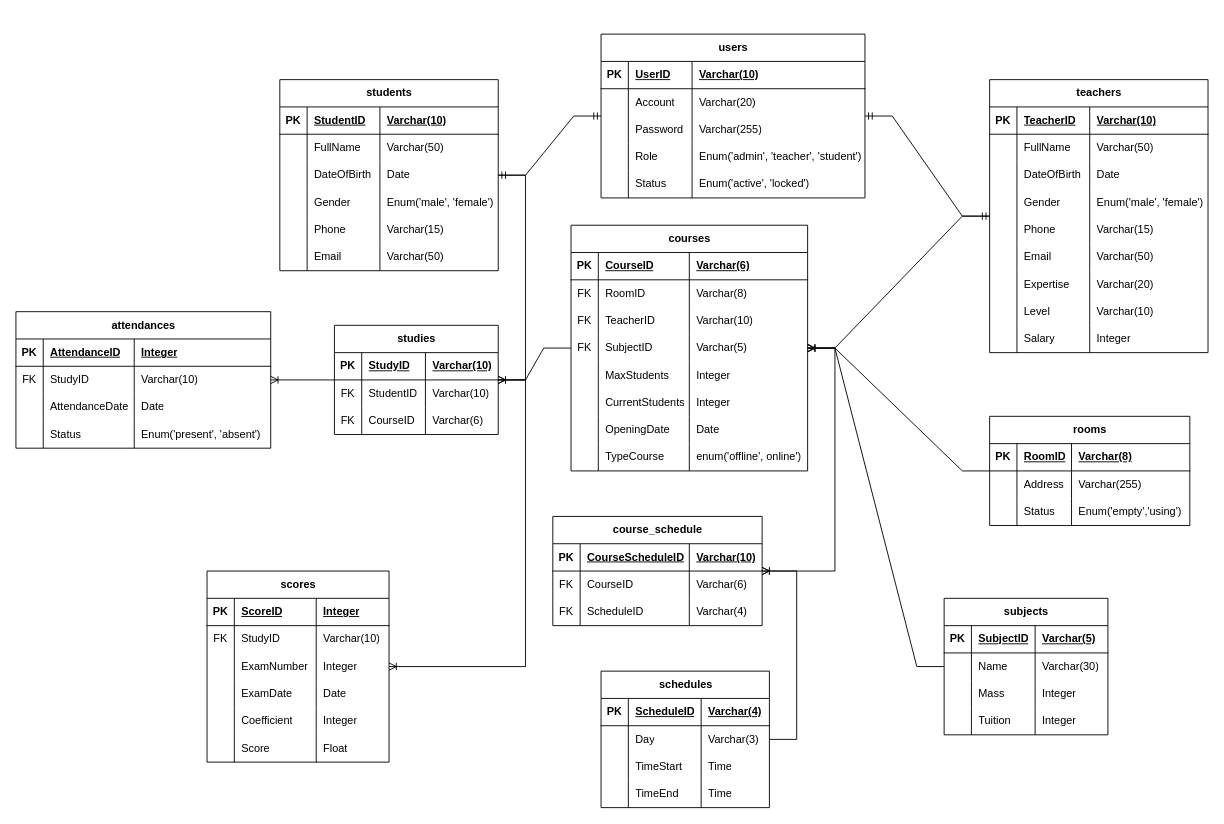
Above: page "Page-4" (4 of 4) of Describe/ERD.drawio in DatNT12052003/Project-Database-Lab (draw.io), before the change. Source tidied: cells renumbered, new cells numbered last; positions are measured from the earlier drawing's top-left corner, leaving out a move shared by most shapes. Both pictures are drawn from the tidied source at 91%, with x=0, y=0 at pixel (15, 34).
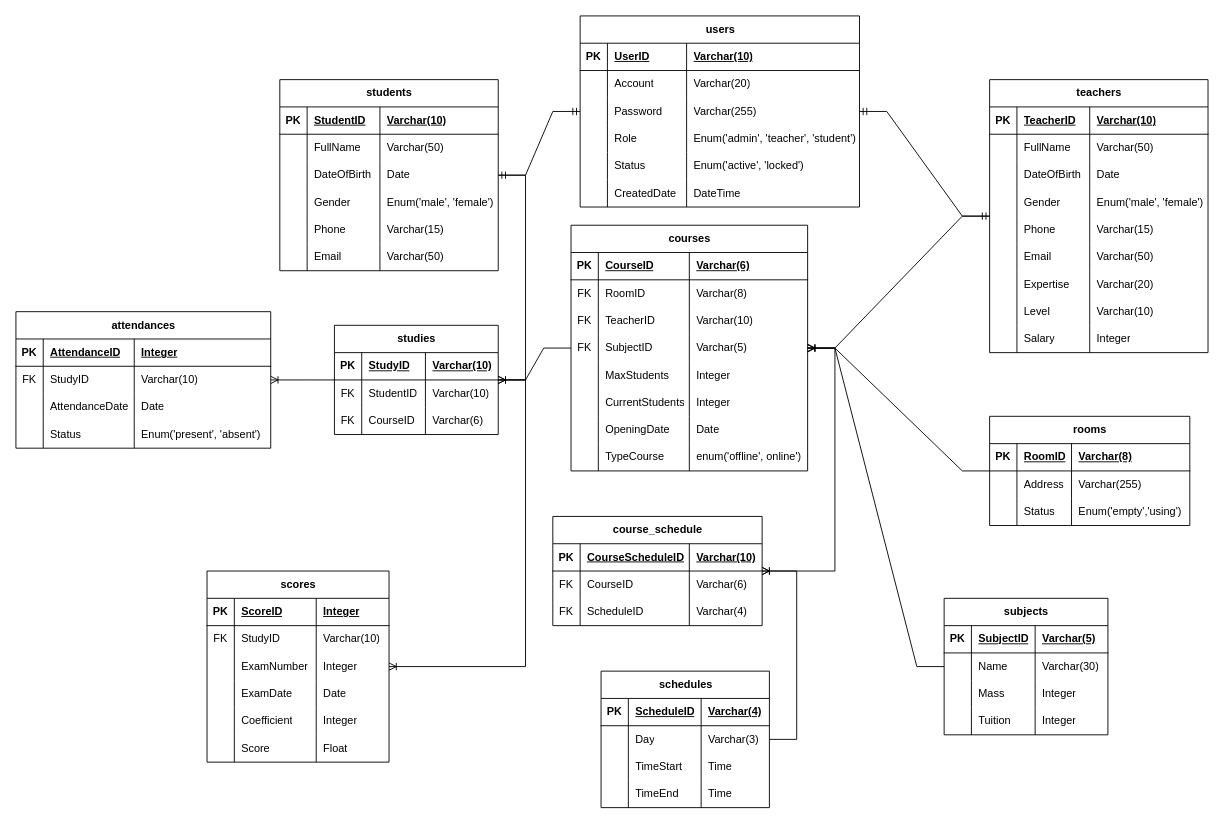
The same page after the edit.

What changed in the source:
```diff
@@
     <mxCell id="165" value="users" style="shape=table;startSize=30;childLayout=tableLayout;rowLines=0;fontStyle=1;align=center;html=1;" parent="1" vertex="1">
-      <mxGeometry x="643" width="290" height="180" as="geometry" />
+      <mxGeometry x="620" y="-20" width="307" height="210" as="geometry" />
     </mxCell>
     <mxCell id="166" style="shape=tableRow;horizontal=0;startSize=0;swimlaneHead=0;swimlaneBody=0;fillColor=none;top=0;left=0;right=0;bottom=1;" parent="165" vertex="1">
-      <mxGeometry y="30" width="290" height="30" as="geometry" />
+      <mxGeometry y="30" width="307" height="30" as="geometry" />
     </mxCell>
@@
     <mxCell id="168" value="UserID" style="shape=partialRectangle;fillColor=none;top=0;left=0;bottom=0;right=0;align=left;spacingLeft=6;fontStyle=5;overflow=hidden;whiteSpace=wrap;html=1;" parent="166" vertex="1">
-      <mxGeometry x="30" width="70" height="30" as="geometry" />
+      <mxGeometry x="30" width="87" height="30" as="geometry" />
     </mxCell>
     <mxCell id="169" value="Varchar(10)" style="shape=partialRectangle;fillColor=none;top=0;left=0;bottom=0;right=0;align=left;spacingLeft=6;fontStyle=5;overflow=hidden;whiteSpace=wrap;html=1;" parent="166" vertex="1">
-      <mxGeometry x="100" width="190" height="30" as="geometry" />
+      <mxGeometry x="117" width="190" height="30" as="geometry" />
     </mxCell>
     <mxCell id="170" style="shape=tableRow;horizontal=0;startSize=0;swimlaneHead=0;swimlaneBody=0;fillColor=none;top=0;left=0;right=0;bottom=0;" parent="165" vertex="1">
-      <mxGeometry y="60" width="290" height="30" as="geometry" />
+      <mxGeometry y="60" width="307" height="30" as="geometry" />
     </mxCell>
@@
     <mxCell id="172" value="Account" style="shape=partialRectangle;fillColor=none;top=0;left=0;bottom=0;right=0;align=left;spacingLeft=6;overflow=hidden;whiteSpace=wrap;html=1;" parent="170" vertex="1">
-      <mxGeometry x="30" width="70" height="30" as="geometry" />
+      <mxGeometry x="30" width="87" height="30" as="geometry" />
     </mxCell>
     <mxCell id="173" value="Varchar(20)" style="shape=partialRectangle;fillColor=none;top=0;left=0;bottom=0;right=0;align=left;spacingLeft=6;overflow=hidden;whiteSpace=wrap;html=1;" parent="170" vertex="1">
-      <mxGeometry x="100" width="190" height="30" as="geometry" />
+      <mxGeometry x="117" width="190" height="30" as="geometry" />
     </mxCell>
     <mxCell id="174" style="shape=tableRow;horizontal=0;startSize=0;swimlaneHead=0;swimlaneBody=0;fillColor=none;top=0;left=0;right=0;bottom=0;" parent="165" vertex="1">
-      <mxGeometry y="90" width="290" height="30" as="geometry" />
+      <mxGeometry y="90" width="307" height="30" as="geometry" />
     </mxCell>
@@
     <mxCell id="176" value="Password" style="shape=partialRectangle;fillColor=none;top=0;left=0;bottom=0;right=0;align=left;spacingLeft=6;overflow=hidden;whiteSpace=wrap;html=1;" parent="174" vertex="1">
-      <mxGeometry x="30" width="70" height="30" as="geometry" />
+      <mxGeometry x="30" width="87" height="30" as="geometry" />
     </mxCell>
     <mxCell id="177" value="Varchar(255)" style="shape=partialRectangle;fillColor=none;top=0;left=0;bottom=0;right=0;align=left;spacingLeft=6;overflow=hidden;whiteSpace=wrap;html=1;" parent="174" vertex="1">
-      <mxGeometry x="100" width="190" height="30" as="geometry" />
+      <mxGeometry x="117" width="190" height="30" as="geometry" />
     </mxCell>
     <mxCell id="178" style="shape=tableRow;horizontal=0;startSize=0;swimlaneHead=0;swimlaneBody=0;fillColor=none;top=0;left=0;right=0;bottom=0;" parent="165" vertex="1">
-      <mxGeometry y="120" width="290" height="30" as="geometry" />
+      <mxGeometry y="120" width="307" height="30" as="geometry" />
     </mxCell>
@@
     <mxCell id="180" value="Role" style="shape=partialRectangle;fillColor=none;top=0;left=0;bottom=0;right=0;align=left;spacingLeft=6;overflow=hidden;whiteSpace=wrap;html=1;" parent="178" vertex="1">
-      <mxGeometry x="30" width="70" height="30" as="geometry" />
+      <mxGeometry x="30" width="87" height="30" as="geometry" />
     </mxCell>
     <mxCell id="181" value="Enum('admin', 'teacher', 'student')" style="shape=partialRectangle;fillColor=none;top=0;left=0;bottom=0;right=0;align=left;spacingLeft=6;overflow=hidden;whiteSpace=wrap;html=1;" parent="178" vertex="1">
-      <mxGeometry x="100" width="190" height="30" as="geometry" />
+      <mxGeometry x="117" width="190" height="30" as="geometry" />
     </mxCell>
     <mxCell id="182" style="shape=tableRow;horizontal=0;startSize=0;swimlaneHead=0;swimlaneBody=0;fillColor=none;top=0;left=0;right=0;bottom=0;" parent="165" vertex="1">
-      <mxGeometry y="150" width="290" height="30" as="geometry" />
+      <mxGeometry y="150" width="307" height="30" as="geometry" />
     </mxCell>
@@
     <mxCell id="184" value="Status" style="shape=partialRectangle;fillColor=none;top=0;left=0;bottom=0;right=0;align=left;spacingLeft=6;overflow=hidden;whiteSpace=wrap;html=1;" parent="182" vertex="1">
-      <mxGeometry x="30" width="70" height="30" as="geometry" />
+      <mxGeometry x="30" width="87" height="30" as="geometry" />
     </mxCell>
     <mxCell id="185" value="Enum('active', 'locked')" style="shape=partialRectangle;fillColor=none;top=0;left=0;bottom=0;right=0;align=left;spacingLeft=6;overflow=hidden;whiteSpace=wrap;html=1;" parent="182" vertex="1">
-      <mxGeometry x="100" width="190" height="30" as="geometry" />
+      <mxGeometry x="117" width="190" height="30" as="geometry" />
     </mxCell>
+    <mxCell id="244" style="shape=tableRow;horizontal=0;startSize=0;swimlaneHead=0;swimlaneBody=0;fillColor=none;top=0;left=0;right=0;bottom=0;" parent="165" vertex="1">
+      <mxGeometry y="180" width="307" height="30" as="geometry" />
+    </mxCell>
+    <mxCell id="245" style="shape=partialRectangle;fillColor=none;top=0;left=0;bottom=0;right=0;overflow=hidden;whiteSpace=wrap;html=1;" parent="244" vertex="1">
+      <mxGeometry width="30" height="30" as="geometry" />
+    </mxCell>
+    <mxCell id="246" value="CreatedDate" style="shape=partialRectangle;fillColor=none;top=0;left=0;bottom=0;right=0;align=left;spacingLeft=6;overflow=hidden;whiteSpace=wrap;html=1;" parent="244" vertex="1">
+      <mxGeometry x="30" width="87" height="30" as="geometry" />
+    </mxCell>
+    <mxCell id="247" value="DateTime" style="shape=partialRectangle;fillColor=none;top=0;left=0;bottom=0;right=0;align=left;spacingLeft=6;overflow=hidden;whiteSpace=wrap;html=1;" parent="244" vertex="1">
+      <mxGeometry x="117" width="190" height="30" as="geometry" />
+    </mxCell>
```
